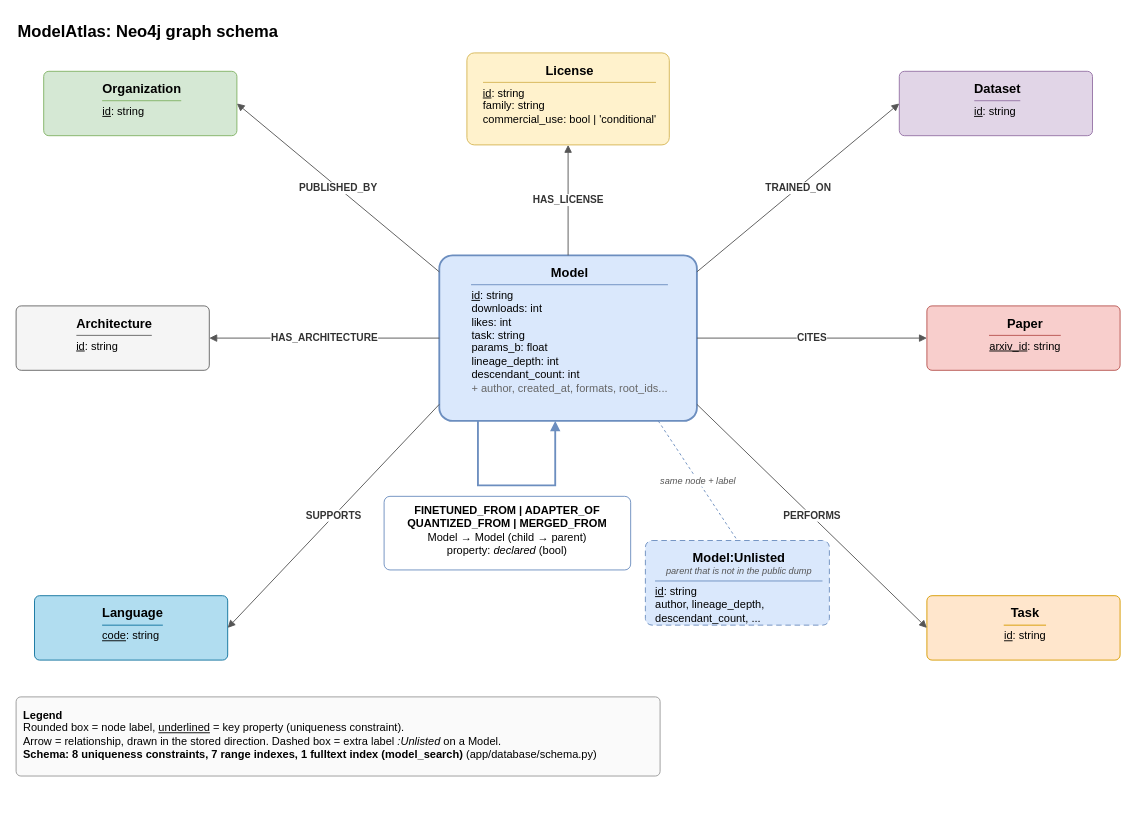
Before: docs/diagrams/graph_schema.drawio in mariusrang/ModelAtlas, a draw.io diagram. Source tidied: cells renumbered, new cells numbered last; positions are measured from the earlier drawing's top-left corner, leaving out a move shared by most shapes. Both pictures are drawn from the tidied source at 92%, with x=0, y=0 at pixel (16, 16).
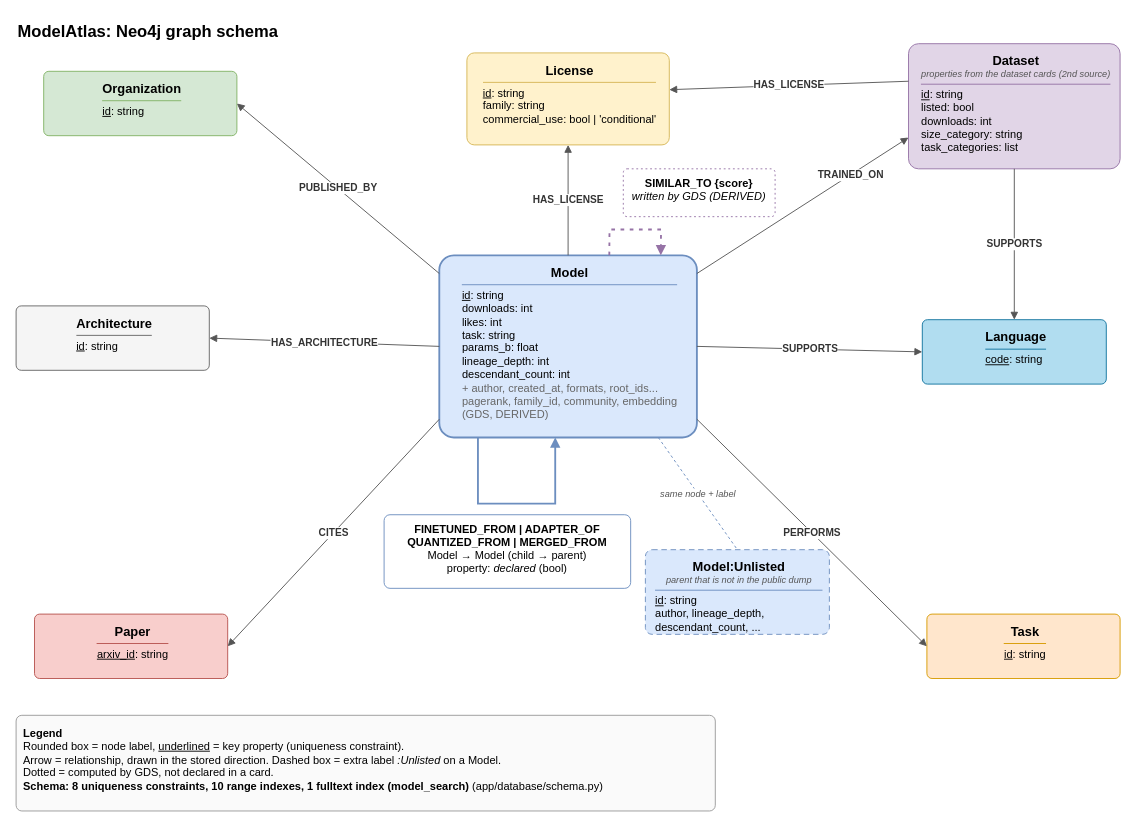
The same diagram, later.

The change refers to these unchanged cells:
```xml
<mxCell id="5" value="&lt;div style=&quot;text-align:center;font-size:14px&quot;&gt;&lt;b&gt;License&lt;/b&gt;&lt;/div&gt;&lt;hr style=&quot;border:none;border-top:1px solid #d6b656;margin:4px 0&quot;&gt;&lt;div style=&quot;text-align:left&quot;&gt;&lt;u&gt;id&lt;/u&gt;: string&lt;br&gt;family: string&lt;br&gt;commercial_use: bool | 'conditional'&lt;/div&gt;" style="rounded=1;arcSize=8;whiteSpace=wrap;html=1;align=center;verticalAlign=top;spacingLeft=10;spacingTop=4;spacingRight=6;fontSize=12;fontFamily=Helvetica;fillColor=#fff2cc;strokeColor=#d6b656;strokeWidth=1;" parent="1" vertex="1">
  <mxGeometry x="490" y="40" width="220" height="100" as="geometry" />
</mxCell>
```

The edit, as a diff of the source:
```diff
@@
-    <mxCell id="3" value="&lt;div style=&quot;text-align:center;font-size:14px&quot;&gt;&lt;b&gt;Model&lt;/b&gt;&lt;/div&gt;&lt;hr style=&quot;border:none;border-top:1px solid #6c8ebf;margin:4px 0&quot;&gt;&lt;div style=&quot;text-align:left&quot;&gt;&lt;u&gt;id&lt;/u&gt;: string&lt;br&gt;downloads: int&lt;br&gt;likes: int&lt;br&gt;task: string&lt;br&gt;params_b: float&lt;br&gt;lineage_depth: int&lt;br&gt;descendant_count: int&lt;br&gt;&lt;span style='color:#666666'&gt;+ author, created_at, formats, root_ids...&lt;/span&gt;&lt;/div&gt;" style="rounded=1;arcSize=8;whiteSpace=wrap;html=1;align=center;verticalAlign=top;spacingLeft=10;spacingTop=4;spacingRight=6;fontSize=12;fontFamily=Helvetica;fillColor=#dae8fc;strokeColor=#6c8ebf;strokeWidth=2;" parent="1" vertex="1">
-      <mxGeometry x="460" y="260" width="280" height="180" as="geometry" />
+    <mxCell id="3" value="&lt;div style=&quot;text-align:center;font-size:14px&quot;&gt;&lt;b&gt;Model&lt;/b&gt;&lt;/div&gt;&lt;hr style=&quot;border:none;border-top:1px solid #6c8ebf;margin:4px 0&quot;&gt;&lt;div style=&quot;text-align:left&quot;&gt;&lt;u&gt;id&lt;/u&gt;: string&lt;br&gt;downloads: int&lt;br&gt;likes: int&lt;br&gt;task: string&lt;br&gt;params_b: float&lt;br&gt;lineage_depth: int&lt;br&gt;descendant_count: int&lt;br&gt;&lt;span style='color:#666666'&gt;+ author, created_at, formats, root_ids...&lt;/span&gt;&lt;br&gt;&lt;span style='color:#666666'&gt;pagerank, family_id, community, embedding&lt;br&gt;(GDS, DERIVED)&lt;/span&gt;&lt;/div&gt;" style="rounded=1;arcSize=8;whiteSpace=wrap;html=1;align=center;verticalAlign=top;spacingLeft=10;spacingTop=4;spacingRight=6;fontSize=12;fontFamily=Helvetica;fillColor=#dae8fc;strokeColor=#6c8ebf;strokeWidth=2;" parent="1" vertex="1">
+      <mxGeometry x="460" y="260" width="280" height="198" as="geometry" />
     </mxCell>
@@
-    <mxCell id="6" value="&lt;div style=&quot;text-align:center;font-size:14px&quot;&gt;&lt;b&gt;Dataset&lt;/b&gt;&lt;/div&gt;&lt;hr style=&quot;border:none;border-top:1px solid #9673a6;margin:4px 0&quot;&gt;&lt;div style=&quot;text-align:left&quot;&gt;&lt;u&gt;id&lt;/u&gt;: string&lt;/div&gt;" style="rounded=1;arcSize=8;whiteSpace=wrap;html=1;align=center;verticalAlign=top;spacingLeft=10;spacingTop=4;spacingRight=6;fontSize=12;fontFamily=Helvetica;fillColor=#e1d5e7;strokeColor=#9673a6;strokeWidth=1;" parent="1" vertex="1">
-      <mxGeometry x="960" y="60" width="210" height="70" as="geometry" />
+    <mxCell id="6" value="&lt;div style=&quot;text-align:center;font-size:14px&quot;&gt;&lt;b&gt;Dataset&lt;/b&gt;&lt;/div&gt;&lt;div style=&quot;text-align:center;font-size:10px;color:#555555&quot;&gt;&lt;i&gt;properties from the dataset cards (2nd source)&lt;/i&gt;&lt;/div&gt;&lt;hr style=&quot;border:none;border-top:1px solid #9673a6;margin:4px 0&quot;&gt;&lt;div style=&quot;text-align:left&quot;&gt;&lt;u&gt;id&lt;/u&gt;: string&lt;br&gt;listed: bool&lt;br&gt;downloads: int&lt;br&gt;size_category: string&lt;br&gt;task_categories: list&lt;/div&gt;" style="rounded=1;arcSize=8;whiteSpace=wrap;html=1;align=center;verticalAlign=top;spacingLeft=10;spacingTop=4;spacingRight=6;fontSize=12;fontFamily=Helvetica;fillColor=#e1d5e7;strokeColor=#9673a6;strokeWidth=1;" parent="1" vertex="1">
+      <mxGeometry x="970" y="30" width="230" height="136" as="geometry" />
     </mxCell>
@@
+    <mxCell id="9" value="&lt;div style=&quot;text-align:center;font-size:14px&quot;&gt;&lt;b&gt;Language&lt;/b&gt;&lt;/div&gt;&lt;hr style=&quot;border:none;border-top:1px solid #10739e;margin:4px 0&quot;&gt;&lt;div style=&quot;text-align:left&quot;&gt;&lt;u&gt;code&lt;/u&gt;: string&lt;/div&gt;" style="rounded=1;arcSize=8;whiteSpace=wrap;html=1;align=center;verticalAlign=top;spacingLeft=10;spacingTop=4;spacingRight=6;fontSize=12;fontFamily=Helvetica;fillColor=#b1ddf0;strokeColor=#10739e;strokeWidth=1;" parent="1" vertex="1">
+      <mxGeometry x="985" y="330" width="200" height="70" as="geometry" />
+    </mxCell>
     <mxCell id="8" value="&lt;div style=&quot;text-align:center;font-size:14px&quot;&gt;&lt;b&gt;Paper&lt;/b&gt;&lt;/div&gt;&lt;hr style=&quot;border:none;border-top:1px solid #b85450;margin:4px 0&quot;&gt;&lt;div style=&quot;text-align:left&quot;&gt;&lt;u&gt;arxiv_id&lt;/u&gt;: string&lt;/div&gt;" style="rounded=1;arcSize=8;whiteSpace=wrap;html=1;align=center;verticalAlign=top;spacingLeft=10;spacingTop=4;spacingRight=6;fontSize=12;fontFamily=Helvetica;fillColor=#f8cecc;strokeColor=#b85450;strokeWidth=1;" parent="1" vertex="1">
-      <mxGeometry x="990" y="315" width="210" height="70" as="geometry" />
+      <mxGeometry x="20" y="650" width="210" height="70" as="geometry" />
     </mxCell>
-    <mxCell id="9" value="&lt;div style=&quot;text-align:center;font-size:14px&quot;&gt;&lt;b&gt;Language&lt;/b&gt;&lt;/div&gt;&lt;hr style=&quot;border:none;border-top:1px solid #10739e;margin:4px 0&quot;&gt;&lt;div style=&quot;text-align:left&quot;&gt;&lt;u&gt;code&lt;/u&gt;: string&lt;/div&gt;" style="rounded=1;arcSize=8;whiteSpace=wrap;html=1;align=center;verticalAlign=top;spacingLeft=10;spacingTop=4;spacingRight=6;fontSize=12;fontFamily=Helvetica;fillColor=#b1ddf0;strokeColor=#10739e;strokeWidth=1;" parent="1" vertex="1">
-      <mxGeometry x="20" y="630" width="210" height="70" as="geometry" />
-    </mxCell>
     <mxCell id="10" value="&lt;div style=&quot;text-align:center;font-size:14px&quot;&gt;&lt;b&gt;Task&lt;/b&gt;&lt;/div&gt;&lt;hr style=&quot;border:none;border-top:1px solid #d79b00;margin:4px 0&quot;&gt;&lt;div style=&quot;text-align:left&quot;&gt;&lt;u&gt;id&lt;/u&gt;: string&lt;/div&gt;" style="rounded=1;arcSize=8;whiteSpace=wrap;html=1;align=center;verticalAlign=top;spacingLeft=10;spacingTop=4;spacingRight=6;fontSize=12;fontFamily=Helvetica;fillColor=#ffe6cc;strokeColor=#d79b00;strokeWidth=1;" parent="1" vertex="1">
-      <mxGeometry x="990" y="630" width="210" height="70" as="geometry" />
+      <mxGeometry x="990" y="650" width="210" height="70" as="geometry" />
     </mxCell>
     <mxCell id="11" value="&lt;div style=&quot;text-align:center;font-size:14px&quot;&gt;&lt;b&gt;Model:Unlisted&lt;/b&gt;&lt;/div&gt;&lt;div style=&quot;text-align:center;font-size:10px;color:#555555&quot;&gt;&lt;i&gt;parent that is not in the public dump&lt;/i&gt;&lt;/div&gt;&lt;hr style=&quot;border:none;border-top:1px solid #6c8ebf;margin:4px 0&quot;&gt;&lt;div style=&quot;text-align:left&quot;&gt;&lt;u&gt;id&lt;/u&gt;: string&lt;br&gt;author, lineage_depth, descendant_count, ...&lt;/div&gt;" style="rounded=1;arcSize=8;whiteSpace=wrap;html=1;align=center;verticalAlign=top;spacingLeft=10;spacingTop=4;spacingRight=6;fontSize=12;fontFamily=Helvetica;fillColor=#dae8fc;strokeColor=#6c8ebf;strokeWidth=1;dashed=1;dashPattern=6 4;" parent="1" vertex="1">
-      <mxGeometry x="684" y="570" width="200" height="92" as="geometry" />
+      <mxGeometry x="684" y="580" width="200" height="92" as="geometry" />
     </mxCell>
@@
-    <mxCell id="14" value="TRAINED_ON" style="endArrow=block;endFill=1;html=1;rounded=0;fontSize=11;fontStyle=1;labelBackgroundColor=#ffffff;strokeColor=#555555;fontColor=#333333;exitX=1;exitY=0.1;exitDx=0;exitDy=0;entryX=0;entryY=0.5;entryDx=0;entryDy=0;" parent="1" edge="1" source="3" target="6">
-      <mxGeometry relative="1" as="geometry" />
+    <mxCell id="14" value="TRAINED_ON" style="endArrow=block;endFill=1;html=1;rounded=0;fontSize=11;fontStyle=1;labelBackgroundColor=#ffffff;strokeColor=#555555;fontColor=#333333;exitX=1;exitY=0.1;exitDx=0;exitDy=0;entryX=0;entryY=0.75;entryDx=0;entryDy=0;" parent="1" edge="1" source="3" target="6">
+      <mxGeometry x="0.45" relative="1" as="geometry" />
     </mxCell>
@@
+    <mxCell id="17" value="SUPPORTS" style="endArrow=block;endFill=1;html=1;rounded=0;fontSize=11;fontStyle=1;labelBackgroundColor=#ffffff;strokeColor=#555555;fontColor=#333333;exitX=1;exitY=0.5;exitDx=0;exitDy=0;entryX=0;entryY=0.5;entryDx=0;entryDy=0;" parent="1" edge="1" source="3" target="9">
+      <mxGeometry relative="1" as="geometry" />
+    </mxCell>
-    <mxCell id="16" value="CITES" style="endArrow=block;endFill=1;html=1;rounded=0;fontSize=11;fontStyle=1;labelBackgroundColor=#ffffff;strokeColor=#555555;fontColor=#333333;exitX=1;exitY=0.5;exitDx=0;exitDy=0;entryX=0;entryY=0.5;entryDx=0;entryDy=0;" parent="1" edge="1" source="3" target="8">
+    <mxCell id="16" value="CITES" style="endArrow=block;endFill=1;html=1;rounded=0;fontSize=11;fontStyle=1;labelBackgroundColor=#ffffff;strokeColor=#555555;fontColor=#333333;exitX=0;exitY=0.9;exitDx=0;exitDy=0;entryX=1;entryY=0.5;entryDx=0;entryDy=0;" parent="1" edge="1" source="3" target="8">
       <mxGeometry relative="1" as="geometry" />
     </mxCell>
-    <mxCell id="17" value="SUPPORTS" style="endArrow=block;endFill=1;html=1;rounded=0;fontSize=11;fontStyle=1;labelBackgroundColor=#ffffff;strokeColor=#555555;fontColor=#333333;exitX=0;exitY=0.9;exitDx=0;exitDy=0;entryX=1;entryY=0.5;entryDx=0;entryDy=0;" parent="1" edge="1" source="3" target="9">
-      <mxGeometry relative="1" as="geometry" />
-    </mxCell>
@@
+    <mxCell id="23" value="HAS_LICENSE" style="endArrow=block;endFill=1;html=1;rounded=0;fontSize=11;fontStyle=1;labelBackgroundColor=#ffffff;strokeColor=#555555;fontColor=#333333;exitX=0;exitY=0.3;exitDx=0;exitDy=0;entryX=1;entryY=0.4;entryDx=0;entryDy=0;" parent="1" edge="1" source="6" target="5">
+      <mxGeometry relative="1" as="geometry" />
+    </mxCell>
+    <mxCell id="24" value="SUPPORTS" style="endArrow=block;endFill=1;html=1;rounded=0;fontSize=11;fontStyle=1;labelBackgroundColor=#ffffff;strokeColor=#555555;fontColor=#333333;exitX=0.5;exitY=1;exitDx=0;exitDy=0;entryX=0.5;entryY=0;entryDx=0;entryDy=0;" parent="1" edge="1" source="6" target="9">
+      <mxGeometry relative="1" as="geometry" />
+    </mxCell>
     <mxCell id="19" style="endArrow=block;endFill=1;html=1;rounded=0;fontSize=11;fontStyle=1;labelBackgroundColor=#ffffff;strokeColor=#555555;fontColor=#333333;strokeWidth=2;strokeColor=#6c8ebf;exitX=0.15;exitY=1;exitDx=0;exitDy=0;entryX=0.45;entryY=1;entryDx=0;entryDy=0;" parent="1" edge="1" source="3" target="3">
       <mxGeometry relative="1" as="geometry">
         <Array as="points">
-          <mxPoint x="502" y="510" />
-          <mxPoint x="586" y="510" />
+          <mxPoint x="502" y="530" />
+          <mxPoint x="586" y="530" />
         </Array>
       </mxGeometry>
     </mxCell>
     <mxCell id="20" value="&lt;b&gt;FINETUNED_FROM | ADAPTER_OF&lt;br&gt;QUANTIZED_FROM | MERGED_FROM&lt;/b&gt;&lt;br&gt;Model → Model (child → parent)&lt;br&gt;property: &lt;i&gt;declared&lt;/i&gt; (bool)" style="text;html=1;whiteSpace=wrap;align=left;verticalAlign=top;fontSize=12;align=center;spacing=4;fillColor=#ffffff;strokeColor=#6c8ebf;rounded=1;arcSize=8;" parent="1" vertex="1">
-      <mxGeometry x="400" y="522" width="268" height="80" as="geometry" />
+      <mxGeometry x="400" y="542" width="268" height="80" as="geometry" />
     </mxCell>
+    <mxCell id="25" style="endArrow=block;endFill=1;html=1;rounded=0;fontSize=11;fontStyle=1;labelBackgroundColor=#ffffff;strokeColor=#555555;fontColor=#333333;dashed=1;dashPattern=2 3;strokeWidth=2;strokeColor=#9673a6;exitX=0.66;exitY=0;exitDx=0;exitDy=0;entryX=0.86;entryY=0;entryDx=0;entryDy=0;" parent="1" edge="1" source="3" target="3">
+      <mxGeometry relative="1" as="geometry">
+        <Array as="points">
+          <mxPoint x="645" y="232" />
+          <mxPoint x="701" y="232" />
+        </Array>
+      </mxGeometry>
+    </mxCell>
+    <mxCell id="26" value="&lt;b&gt;SIMILAR_TO {score}&lt;/b&gt;&lt;br&gt;&lt;i&gt;written by GDS (DERIVED)&lt;/i&gt;" style="text;html=1;whiteSpace=wrap;align=left;verticalAlign=top;fontSize=12;align=center;spacing=4;fillColor=#ffffff;strokeColor=#9673a6;dashed=1;dashPattern=2 3;rounded=1;arcSize=8;" parent="1" vertex="1">
+      <mxGeometry x="660" y="166" width="165" height="52" as="geometry" />
+    </mxCell>
@@
-    <mxCell id="22" value="&lt;b&gt;Legend&lt;/b&gt;&lt;br&gt;Rounded box = node label, &lt;u&gt;underlined&lt;/u&gt; = key property (uniqueness constraint).&lt;br&gt;Arrow = relationship, drawn in the stored direction. Dashed box = extra label &lt;i&gt;:Unlisted&lt;/i&gt; on a Model.&lt;br&gt;&lt;b&gt;Schema: 8 uniqueness constraints, 7 range indexes, 1 fulltext index (model_search)&lt;/b&gt; (app/database/schema.py)" style="text;html=1;whiteSpace=wrap;align=left;verticalAlign=top;fontSize=12;spacing=8;fillColor=#fafafa;strokeColor=#999999;rounded=1;arcSize=6;" parent="1" vertex="1">
-      <mxGeometry y="740" width="700" height="86" as="geometry" />
+    <mxCell id="22" value="&lt;b&gt;Legend&lt;/b&gt;&lt;br&gt;Rounded box = node label, &lt;u&gt;underlined&lt;/u&gt; = key property (uniqueness constraint).&lt;br&gt;Arrow = relationship, drawn in the stored direction. Dashed box = extra label &lt;i&gt;:Unlisted&lt;/i&gt; on a Model.&lt;br&gt;Dotted = computed by GDS, not declared in a card.&lt;br&gt;&lt;b&gt;Schema: 8 uniqueness constraints, 10 range indexes, 1 fulltext index (model_search)&lt;/b&gt; (app/database/schema.py)" style="text;html=1;whiteSpace=wrap;align=left;verticalAlign=top;fontSize=12;spacing=8;fillColor=#fafafa;strokeColor=#999999;rounded=1;arcSize=6;" parent="1" vertex="1">
+      <mxGeometry y="760" width="760" height="104" as="geometry" />
     </mxCell>
```
